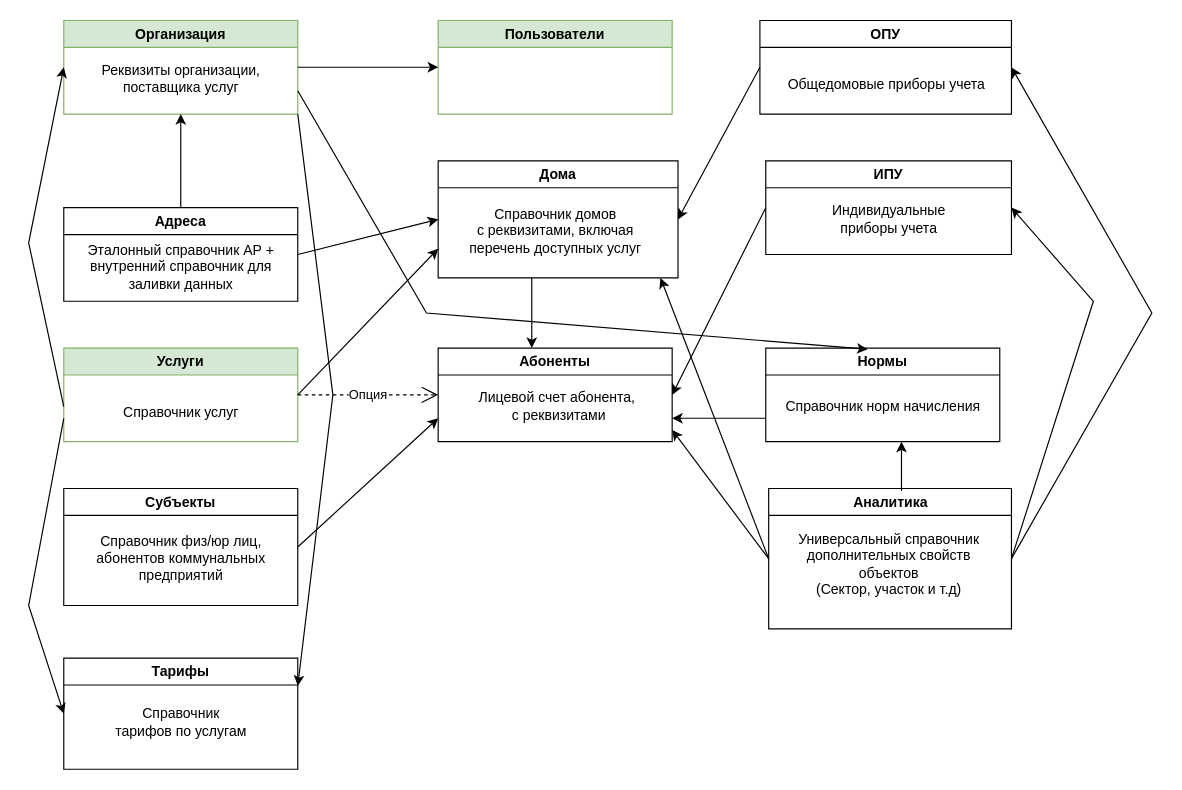
The draw.io diagram ERBill.drawio in mr-vic/billing, before the edit. Source tidied: cells renumbered, new cells numbered last; positions are measured from the earlier drawing's top-left corner, leaving out a move shared by most shapes. Both pictures are drawn from the tidied source at 117%, with x=0, y=0 at pixel (28, 20).
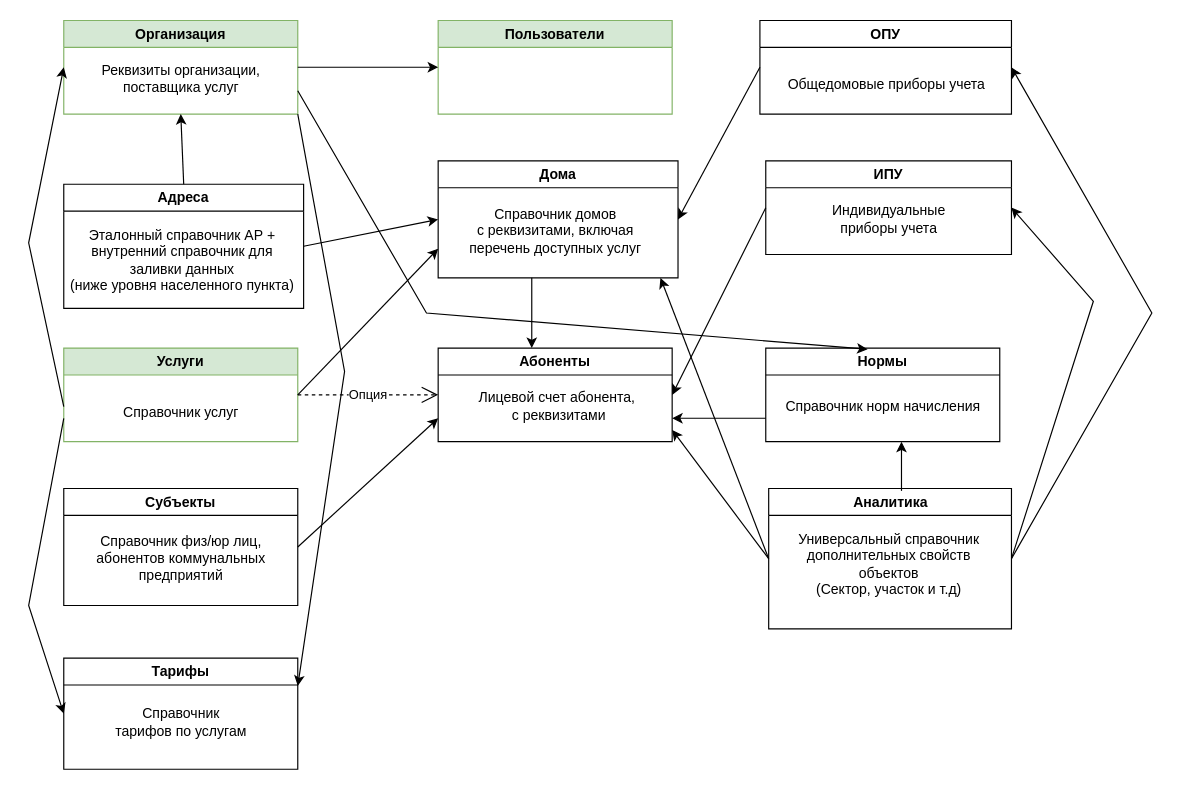
After the change.

The change refers to these unchanged cells:
```xml
<mxCell id="2" value="Организация" style="swimlane;whiteSpace=wrap;html=1;fillColor=#d5e8d4;strokeColor=#82b366;" parent="1" vertex="1">
  <mxGeometry x="30" width="200" height="80" as="geometry" />
</mxCell>
<mxCell id="29" value="Тарифы" style="swimlane;whiteSpace=wrap;html=1;" parent="1" vertex="1">
  <mxGeometry x="30" y="545" width="200" height="95" as="geometry" />
</mxCell>
```

Change to the diagram source:
```diff
@@
     <mxCell id="6" value="Адреса" style="swimlane;whiteSpace=wrap;html=1;" parent="1" vertex="1">
-      <mxGeometry x="30" y="160" width="200" height="80" as="geometry" />
+      <mxGeometry x="30" y="140" width="205" height="106" as="geometry" />
     </mxCell>
-    <mxCell id="7" value="Эталонный справочник АР +&lt;br&gt;внутренний справочник для&lt;br&gt;заливки данных" style="text;html=1;align=center;verticalAlign=middle;strokeColor=none;fillColor=none;" parent="6" vertex="1">
-      <mxGeometry x="10" y="21" width="180" height="60" as="geometry" />
+    <mxCell id="7" value="Эталонный справочник АР +&lt;br&gt;внутренний справочник для&lt;br&gt;заливки данных &lt;br&gt;(ниже уровня населенного пункта)" style="text;html=1;align=center;verticalAlign=middle;strokeColor=none;fillColor=none;" parent="6" vertex="1">
+      <mxGeometry x="-4" y="30" width="210" height="70" as="geometry" />
     </mxCell>
@@
     <mxCell id="32" style="endArrow=classic;html=1;rounded=0;exitX=1;exitY=1;exitDx=0;exitDy=0;entryX=1;entryY=0.25;entryDx=0;entryDy=0;" parent="1" edge="1" source="2" target="29">
       <mxGeometry relative="1" as="geometry">
         <Array as="points">
-          <mxPoint x="260" y="320" />
+          <mxPoint x="270" y="300" />
         </Array>
       </mxGeometry>
     </mxCell>
```
